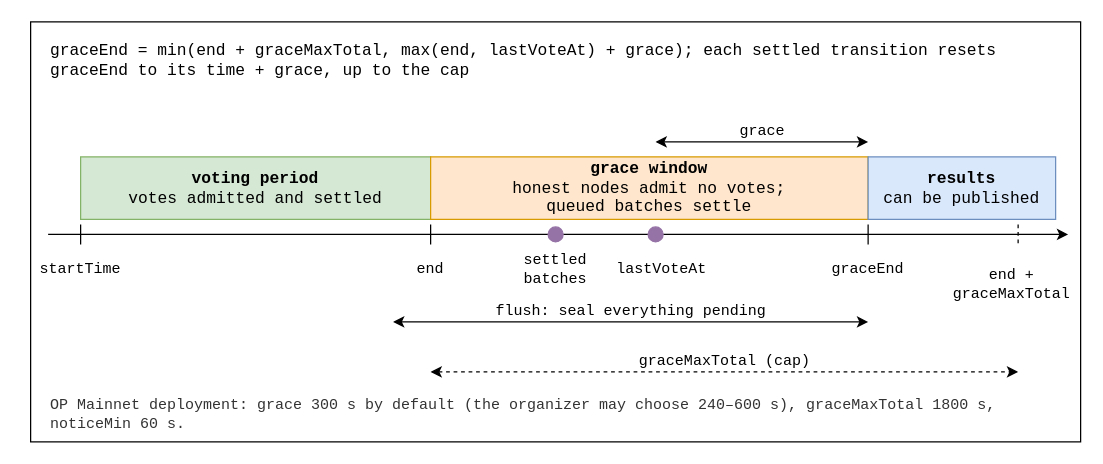
This is v2/figures/grace-window.drawio from vocdoni/davinci-paper, a draw.io file, before an edit. Source tidied: cells renumbered, new cells numbered last; positions are measured from the earlier drawing's top-left corner, leaving out a move shared by most shapes. Both pictures are drawn from the tidied source at 125%, with x=0, y=0 at pixel (30, 21).
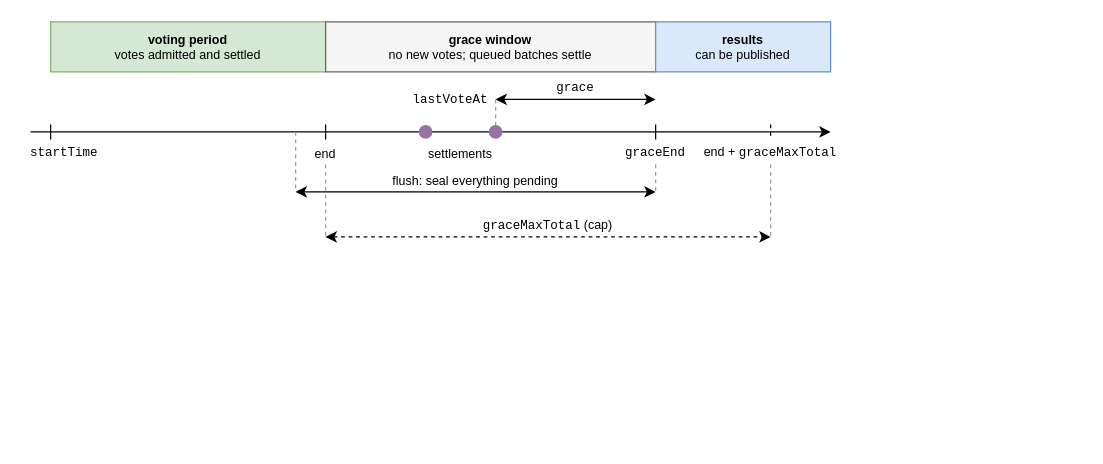
The same page after the edit.

Diff of the diagram source:
```diff
@@
-    <mxCell id="2" style="rounded=0;whiteSpace=wrap;html=1;fontSize=11;fillColor=none;strokeColor=#000000;fontFamily=Courier New;verticalAlign=top;align=center;spacingTop=4;spacingLeft=6;fontStyle=1;" parent="1" vertex="1">
-      <mxGeometry width="840" height="336" as="geometry" />
-    </mxCell>
-    <mxCell id="3" value="graceEnd = min(end + graceMaxTotal, max(end, lastVoteAt) + grace); each settled transition resets graceEnd to its time + grace, up to the cap" style="text;html=1;whiteSpace=wrap;fontSize=13;fontFamily=Courier New;align=left;verticalAlign=middle;fontColor=#000000;" parent="1" vertex="1">
-      <mxGeometry x="14" y="8" width="812" height="46" as="geometry" />
+    <mxCell id="3" value="&lt;b&gt;voting period&lt;/b&gt;&lt;br&gt;votes admitted and settled" style="rounded=0;whiteSpace=wrap;html=1;fontSize=10;fillColor=#d5e8d4;strokeColor=#82b366;strokeWidth=1;fontFamily=Helvetica;align=center;verticalAlign=middle;spacingLeft=6;spacingRight=6;spacingTop=2;spacingBottom=2;" parent="1" vertex="1">
+      <mxGeometry x="16" width="220" height="40" as="geometry" />
     </mxCell>
-    <mxCell id="4" value="&lt;b&gt;voting period&lt;/b&gt;&lt;br&gt;votes admitted and settled" style="rounded=0;whiteSpace=wrap;html=1;fontSize=13;fillColor=#d5e8d4;strokeColor=#82b366;fontFamily=Courier New;align=center;verticalAlign=middle;" parent="1" vertex="1">
-      <mxGeometry x="40" y="108" width="280" height="50" as="geometry" />
+    <mxCell id="4" value="&lt;b&gt;grace window&lt;/b&gt;&lt;br&gt;no new votes; queued batches settle" style="rounded=0;whiteSpace=wrap;html=1;fontSize=10;fillColor=#f5f5f5;strokeColor=#666666;strokeWidth=1;fontFamily=Helvetica;align=center;verticalAlign=middle;spacingLeft=6;spacingRight=6;spacingTop=2;spacingBottom=2;" parent="1" vertex="1">
+      <mxGeometry x="236" width="264" height="40" as="geometry" />
     </mxCell>
-    <mxCell id="5" value="&lt;b&gt;grace window&lt;/b&gt;&lt;br&gt;honest nodes admit no votes;&lt;br&gt;queued batches settle" style="rounded=0;whiteSpace=wrap;html=1;fontSize=13;fillColor=#ffe6cc;strokeColor=#d79b00;fontFamily=Courier New;align=center;verticalAlign=middle;" parent="1" vertex="1">
-      <mxGeometry x="320" y="108" width="350" height="50" as="geometry" />
+    <mxCell id="5" value="&lt;b&gt;results&lt;/b&gt;&lt;br&gt;can be published" style="rounded=0;whiteSpace=wrap;html=1;fontSize=10;fillColor=#dae8fc;strokeColor=#6c8ebf;strokeWidth=1;fontFamily=Helvetica;align=center;verticalAlign=middle;spacingLeft=6;spacingRight=6;spacingTop=2;spacingBottom=2;" parent="1" vertex="1">
+      <mxGeometry x="500" width="140" height="40" as="geometry" />
     </mxCell>
-    <mxCell id="6" value="&lt;b&gt;results&lt;/b&gt;&lt;br&gt;can be published" style="rounded=0;whiteSpace=wrap;html=1;fontSize=13;fillColor=#dae8fc;strokeColor=#6c8ebf;fontFamily=Courier New;align=center;verticalAlign=middle;" parent="1" vertex="1">
-      <mxGeometry x="670" y="108" width="150" height="50" as="geometry" />
+    <mxCell id="6" style="html=1;rounded=0;endArrow=classic;startArrow=classic;endSize=6;startSize=6;fontSize=10;fontFamily=Helvetica;strokeColor=#000000;strokeWidth=1;labelBackgroundColor=#ffffff;" parent="1" edge="1">
+      <mxGeometry relative="1" as="geometry">
+        <mxPoint x="372" y="62" as="sourcePoint" />
+        <mxPoint x="500" y="62" as="targetPoint" />
+      </mxGeometry>
     </mxCell>
-    <mxCell id="7" style="html=1;rounded=0;endArrow=classic;startArrow=none;endSize=6;startSize=6;fontSize=10;fontFamily=Courier New;strokeColor=#000000;strokeWidth=1;labelBackgroundColor=#ffffff;" parent="1" edge="1">
-      <mxGeometry relative="1" as="geometry">
-        <mxPoint x="14" y="170" as="sourcePoint" />
-        <mxPoint x="830" y="170" as="targetPoint" />
-      </mxGeometry>
+    <mxCell id="7" value="&lt;font face=&quot;Courier New&quot;&gt;grace&lt;/font&gt;" style="text;html=1;whiteSpace=wrap;fontSize=10;fontFamily=Helvetica;align=center;verticalAlign=middle;fontColor=#000000;spacing=0;" parent="1" vertex="1">
+      <mxGeometry x="372" y="46" width="128" height="14" as="geometry" />
     </mxCell>
-    <mxCell id="8" style="html=1;rounded=0;endArrow=none;startArrow=none;endSize=6;startSize=6;fontSize=10;fontFamily=Courier New;strokeColor=#000000;strokeWidth=1;labelBackgroundColor=#ffffff;" parent="1" edge="1">
-      <mxGeometry relative="1" as="geometry">
-        <mxPoint x="40" y="162" as="sourcePoint" />
-        <mxPoint x="40" y="178" as="targetPoint" />
-      </mxGeometry>
+    <mxCell id="8" value="&lt;font face=&quot;Courier New&quot;&gt;lastVoteAt&lt;/font&gt;" style="text;html=1;whiteSpace=wrap;fontSize=10;fontFamily=Helvetica;align=right;verticalAlign=middle;fontColor=#000000;spacing=0;" parent="1" vertex="1">
+      <mxGeometry x="268" y="55" width="98" height="14" as="geometry" />
     </mxCell>
-    <mxCell id="9" value="startTime" style="text;html=1;whiteSpace=wrap;fontSize=12;fontFamily=Courier New;align=center;verticalAlign=middle;fontColor=#000000;" parent="1" vertex="1">
-      <mxGeometry x="2" y="180" width="76" height="36" as="geometry" />
+    <mxCell id="9" style="html=1;rounded=0;endArrow=none;startArrow=none;endSize=6;startSize=6;fontSize=10;fontFamily=Helvetica;strokeColor=#999999;strokeWidth=1;dashed=1;labelBackgroundColor=#ffffff;" parent="1" edge="1">
+      <mxGeometry relative="1" as="geometry">
+        <mxPoint x="372" y="62" as="sourcePoint" />
+        <mxPoint x="372" y="88" as="targetPoint" />
+      </mxGeometry>
     </mxCell>
-    <mxCell id="10" style="html=1;rounded=0;endArrow=none;startArrow=none;endSize=6;startSize=6;fontSize=10;fontFamily=Courier New;strokeColor=#000000;strokeWidth=1;labelBackgroundColor=#ffffff;" parent="1" edge="1">
+    <mxCell id="10" style="html=1;rounded=0;endArrow=classic;startArrow=none;endSize=6;startSize=6;fontSize=10;fontFamily=Helvetica;strokeColor=#000000;strokeWidth=1;labelBackgroundColor=#ffffff;" parent="1" edge="1">
       <mxGeometry relative="1" as="geometry">
-        <mxPoint x="320" y="162" as="sourcePoint" />
-        <mxPoint x="320" y="178" as="targetPoint" />
+        <mxPoint y="88" as="sourcePoint" />
+        <mxPoint x="640" y="88" as="targetPoint" />
       </mxGeometry>
     </mxCell>
-    <mxCell id="11" value="end" style="text;html=1;whiteSpace=wrap;fontSize=12;fontFamily=Courier New;align=center;verticalAlign=middle;fontColor=#000000;" parent="1" vertex="1">
-      <mxGeometry x="245" y="180" width="150" height="36" as="geometry" />
+    <mxCell id="11" style="html=1;rounded=0;endArrow=none;startArrow=none;endSize=6;startSize=6;fontSize=10;fontFamily=Helvetica;strokeColor=#000000;strokeWidth=1;labelBackgroundColor=#ffffff;" parent="1" edge="1">
+      <mxGeometry relative="1" as="geometry">
+        <mxPoint x="16" y="82" as="sourcePoint" />
+        <mxPoint x="16" y="94" as="targetPoint" />
+      </mxGeometry>
     </mxCell>
-    <mxCell id="12" style="html=1;rounded=0;endArrow=none;startArrow=none;endSize=6;startSize=6;fontSize=10;fontFamily=Courier New;strokeColor=#000000;strokeWidth=1;labelBackgroundColor=#ffffff;" parent="1" edge="1">
+    <mxCell id="12" style="html=1;rounded=0;endArrow=none;startArrow=none;endSize=6;startSize=6;fontSize=10;fontFamily=Helvetica;strokeColor=#000000;strokeWidth=1;labelBackgroundColor=#ffffff;" parent="1" edge="1">
       <mxGeometry relative="1" as="geometry">
-        <mxPoint x="670" y="162" as="sourcePoint" />
-        <mxPoint x="670" y="178" as="targetPoint" />
+        <mxPoint x="236" y="82" as="sourcePoint" />
+        <mxPoint x="236" y="94" as="targetPoint" />
       </mxGeometry>
     </mxCell>
-    <mxCell id="13" value="graceEnd" style="text;html=1;whiteSpace=wrap;fontSize=12;fontFamily=Courier New;align=center;verticalAlign=middle;fontColor=#000000;" parent="1" vertex="1">
-      <mxGeometry x="595" y="180" width="150" height="36" as="geometry" />
+    <mxCell id="13" style="html=1;rounded=0;endArrow=none;startArrow=none;endSize=6;startSize=6;fontSize=10;fontFamily=Helvetica;strokeColor=#000000;strokeWidth=1;labelBackgroundColor=#ffffff;" parent="1" edge="1">
+      <mxGeometry relative="1" as="geometry">
+        <mxPoint x="500" y="82" as="sourcePoint" />
+        <mxPoint x="500" y="94" as="targetPoint" />
+      </mxGeometry>
     </mxCell>
-    <mxCell id="14" style="ellipse;fillColor=#9673a6;strokeColor=#9673a6;html=1;" parent="1" vertex="1">
-      <mxGeometry x="414" y="164" width="12" height="12" as="geometry" />
+    <mxCell id="14" style="html=1;rounded=0;endArrow=none;startArrow=none;endSize=6;startSize=6;fontSize=10;fontFamily=Helvetica;strokeColor=#000000;strokeWidth=1;dashed=1;labelBackgroundColor=#ffffff;" parent="1" edge="1">
+      <mxGeometry relative="1" as="geometry">
+        <mxPoint x="592" y="82" as="sourcePoint" />
+        <mxPoint x="592" y="94" as="targetPoint" />
+      </mxGeometry>
     </mxCell>
     <mxCell id="15" style="ellipse;fillColor=#9673a6;strokeColor=#9673a6;html=1;" parent="1" vertex="1">
-      <mxGeometry x="494" y="164" width="12" height="12" as="geometry" />
+      <mxGeometry x="311" y="83" width="10" height="10" as="geometry" />
     </mxCell>
-    <mxCell id="16" value="settled&lt;br&gt;batches" style="text;html=1;whiteSpace=wrap;fontSize=12;fontFamily=Courier New;align=center;verticalAlign=middle;fontColor=#000000;" parent="1" vertex="1">
-      <mxGeometry x="375" y="180" width="90" height="36" as="geometry" />
+    <mxCell id="16" style="ellipse;fillColor=#9673a6;strokeColor=#9673a6;html=1;" parent="1" vertex="1">
+      <mxGeometry x="367" y="83" width="10" height="10" as="geometry" />
     </mxCell>
-    <mxCell id="17" value="lastVoteAt" style="text;html=1;whiteSpace=wrap;fontSize=12;fontFamily=Courier New;align=center;verticalAlign=middle;fontColor=#000000;" parent="1" vertex="1">
-      <mxGeometry x="460" y="180" width="90" height="36" as="geometry" />
+    <mxCell id="17" value="&lt;font face=&quot;Courier New&quot;&gt;startTime&lt;/font&gt;" style="text;html=1;whiteSpace=wrap;fontSize=10;fontFamily=Helvetica;align=left;verticalAlign=middle;fontColor=#000000;spacing=0;" parent="1" vertex="1">
+      <mxGeometry y="98" width="80" height="14" as="geometry" />
     </mxCell>
-    <mxCell id="18" style="html=1;rounded=0;endArrow=none;startArrow=none;endSize=6;startSize=6;fontSize=10;fontFamily=Courier New;strokeColor=#000000;strokeWidth=1;dashed=1;labelBackgroundColor=#ffffff;" parent="1" edge="1">
-      <mxGeometry relative="1" as="geometry">
-        <mxPoint x="790" y="162" as="sourcePoint" />
-        <mxPoint x="790" y="178" as="targetPoint" />
-      </mxGeometry>
+    <mxCell id="18" value="end" style="text;html=1;whiteSpace=wrap;fontSize=10;fontFamily=Helvetica;align=center;verticalAlign=middle;fontColor=#000000;spacing=0;" parent="1" vertex="1">
+      <mxGeometry x="206" y="98" width="60" height="14" as="geometry" />
     </mxCell>
-    <mxCell id="19" value="end +&lt;br&gt;graceMaxTotal" style="text;html=1;whiteSpace=wrap;fontSize=12;fontFamily=Courier New;align=center;verticalAlign=middle;fontColor=#000000;" parent="1" vertex="1">
-      <mxGeometry x="730" y="192" width="110" height="36" as="geometry" />
+    <mxCell id="19" value="settlements" style="text;html=1;whiteSpace=wrap;fontSize=10;fontFamily=Helvetica;align=center;verticalAlign=middle;fontColor=#000000;spacing=0;" parent="1" vertex="1">
+      <mxGeometry x="312" y="98" width="64" height="14" as="geometry" />
     </mxCell>
-    <mxCell id="20" value="grace" style="html=1;rounded=0;endArrow=classic;startArrow=classic;endSize=6;startSize=6;fontSize=12;fontFamily=Courier New;strokeColor=#000000;strokeWidth=1;labelBackgroundColor=none;" parent="1" edge="1">
-      <mxGeometry relative="1" as="geometry">
-        <mxPoint x="500" y="96" as="sourcePoint" />
-        <mxPoint x="670" y="96" as="targetPoint" />
-        <mxPoint y="-8" as="offset" />
-      </mxGeometry>
+    <mxCell id="20" value="&lt;font face=&quot;Courier New&quot;&gt;graceEnd&lt;/font&gt;" style="text;html=1;whiteSpace=wrap;fontSize=10;fontFamily=Helvetica;align=center;verticalAlign=middle;fontColor=#000000;spacing=0;" parent="1" vertex="1">
+      <mxGeometry x="460" y="98" width="80" height="14" as="geometry" />
     </mxCell>
-    <mxCell id="21" value="flush: seal everything pending" style="html=1;rounded=0;endArrow=classic;startArrow=classic;endSize=6;startSize=6;fontSize=12;fontFamily=Courier New;strokeColor=#000000;strokeWidth=1;labelBackgroundColor=none;" parent="1" edge="1">
-      <mxGeometry relative="1" as="geometry">
-        <mxPoint x="290" y="240" as="sourcePoint" />
-        <mxPoint x="670" y="240" as="targetPoint" />
-        <mxPoint y="-8" as="offset" />
-      </mxGeometry>
+    <mxCell id="21" value="end + &lt;font face=&quot;Courier New&quot;&gt;graceMaxTotal&lt;/font&gt;" style="text;html=1;whiteSpace=wrap;fontSize=10;fontFamily=Helvetica;align=center;verticalAlign=middle;fontColor=#000000;spacing=0;" parent="1" vertex="1">
+      <mxGeometry x="536" y="98" width="112" height="14" as="geometry" />
     </mxCell>
-    <mxCell id="22" value="graceMaxTotal (cap)" style="html=1;rounded=0;endArrow=classic;startArrow=classic;endSize=6;startSize=6;fontSize=12;fontFamily=Courier New;strokeColor=#000000;strokeWidth=1;dashed=1;labelBackgroundColor=none;" parent="1" edge="1">
+    <mxCell id="22" style="html=1;rounded=0;endArrow=classic;startArrow=classic;endSize=6;startSize=6;fontSize=10;fontFamily=Helvetica;strokeColor=#000000;strokeWidth=1;labelBackgroundColor=#ffffff;" parent="1" edge="1">
       <mxGeometry relative="1" as="geometry">
-        <mxPoint x="320" y="280" as="sourcePoint" />
-        <mxPoint x="790" y="280" as="targetPoint" />
-        <mxPoint y="-8" as="offset" />
+        <mxPoint x="212" y="136" as="sourcePoint" />
+        <mxPoint x="500" y="136" as="targetPoint" />
       </mxGeometry>
     </mxCell>
-    <mxCell id="23" value="OP Mainnet deployment: grace 300 s by default (the organizer may choose 240&amp;ndash;600 s), graceMaxTotal 1800 s, noticeMin 60 s." style="text;html=1;whiteSpace=wrap;fontSize=12;fontFamily=Courier New;align=left;verticalAlign=middle;fontColor=#333333;" parent="1" vertex="1">
-      <mxGeometry x="14" y="294" width="812" height="40" as="geometry" />
+    <mxCell id="23" value="flush: seal everything pending" style="text;html=1;whiteSpace=wrap;fontSize=10;fontFamily=Helvetica;align=center;verticalAlign=middle;fontColor=#000000;spacing=0;" parent="1" vertex="1">
+      <mxGeometry x="212" y="120" width="288" height="14" as="geometry" />
     </mxCell>
+    <mxCell id="2" style="html=1;rounded=0;endArrow=none;startArrow=none;endSize=6;startSize=6;fontSize=10;fontFamily=Helvetica;strokeColor=#999999;strokeWidth=1;dashed=1;labelBackgroundColor=#ffffff;" parent="1" edge="1">
+      <mxGeometry relative="1" as="geometry">
+        <mxPoint x="212" y="88" as="sourcePoint" />
+        <mxPoint x="212" y="136" as="targetPoint" />
+      </mxGeometry>
+    </mxCell>
+    <mxCell id="24" style="html=1;rounded=0;endArrow=none;startArrow=none;endSize=6;startSize=6;fontSize=10;fontFamily=Helvetica;strokeColor=#999999;strokeWidth=1;dashed=1;labelBackgroundColor=#ffffff;" parent="1" edge="1">
+      <mxGeometry relative="1" as="geometry">
+        <mxPoint x="500" y="114" as="sourcePoint" />
+        <mxPoint x="500" y="136" as="targetPoint" />
+      </mxGeometry>
+    </mxCell>
+    <mxCell id="25" style="html=1;rounded=0;endArrow=classic;startArrow=classic;endSize=6;startSize=6;fontSize=10;fontFamily=Helvetica;strokeColor=#000000;strokeWidth=1;dashed=1;labelBackgroundColor=#ffffff;" parent="1" edge="1">
+      <mxGeometry relative="1" as="geometry">
+        <mxPoint x="236" y="172" as="sourcePoint" />
+        <mxPoint x="592" y="172" as="targetPoint" />
+      </mxGeometry>
+    </mxCell>
+    <mxCell id="26" value="&lt;font face=&quot;Courier New&quot;&gt;graceMaxTotal&lt;/font&gt; (cap)" style="text;html=1;whiteSpace=wrap;fontSize=10;fontFamily=Helvetica;align=center;verticalAlign=middle;fontColor=#000000;spacing=0;" parent="1" vertex="1">
+      <mxGeometry x="236" y="156" width="356" height="14" as="geometry" />
+    </mxCell>
+    <mxCell id="27" style="html=1;rounded=0;endArrow=none;startArrow=none;endSize=6;startSize=6;fontSize=10;fontFamily=Helvetica;strokeColor=#999999;strokeWidth=1;dashed=1;labelBackgroundColor=#ffffff;" parent="1" edge="1">
+      <mxGeometry relative="1" as="geometry">
+        <mxPoint x="236" y="114" as="sourcePoint" />
+        <mxPoint x="236" y="172" as="targetPoint" />
+      </mxGeometry>
+    </mxCell>
+    <mxCell id="28" style="html=1;rounded=0;endArrow=none;startArrow=none;endSize=6;startSize=6;fontSize=10;fontFamily=Helvetica;strokeColor=#999999;strokeWidth=1;dashed=1;labelBackgroundColor=#ffffff;" parent="1" edge="1">
+      <mxGeometry relative="1" as="geometry">
+        <mxPoint x="592" y="114" as="sourcePoint" />
+        <mxPoint x="592" y="172" as="targetPoint" />
+      </mxGeometry>
+    </mxCell>
```
